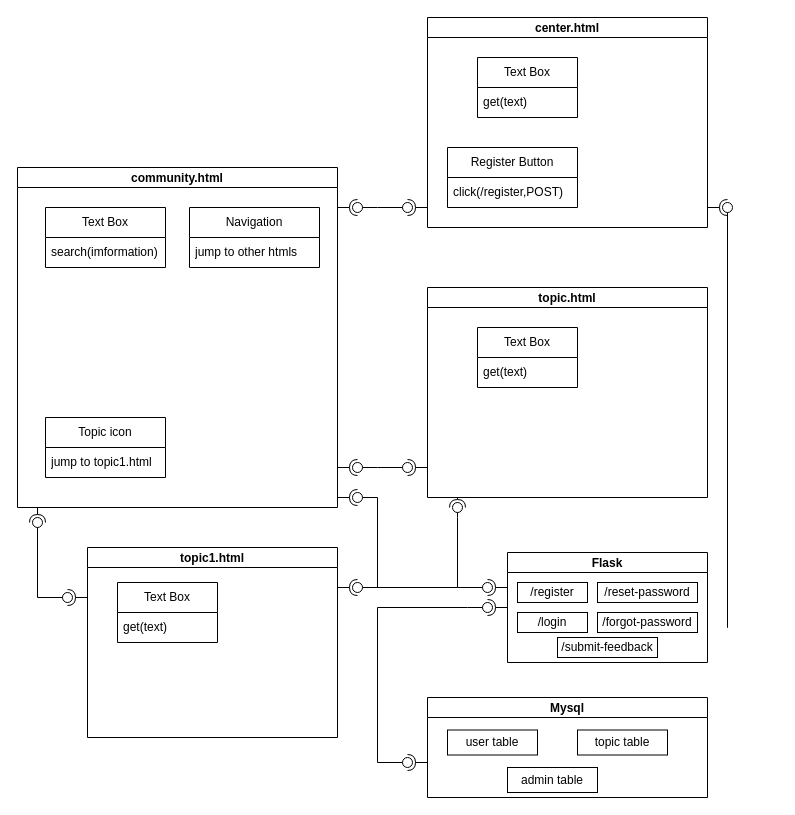
Above: LessonUML/社区会话GUI.drawio in WFTGF2024/UML (draw.io), before the change. Source tidied: cells renumbered, new cells numbered last; positions are measured from the earlier drawing's top-left corner, leaving out a move shared by most shapes. Both pictures are drawn from the tidied source at 100%, with x=0, y=0 at pixel (17, 17).
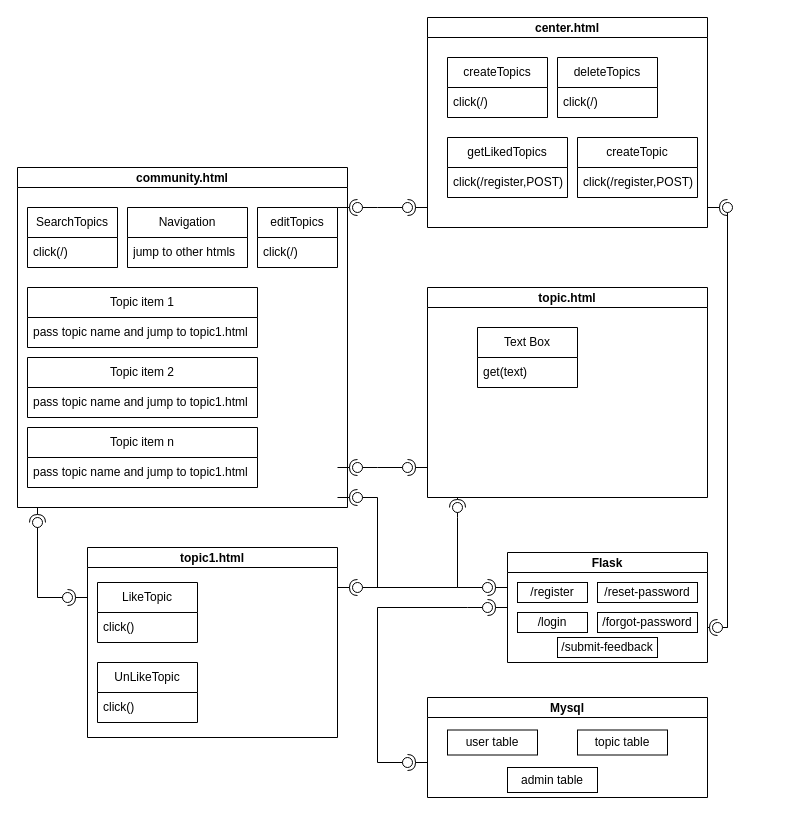
The same page after the edit.

Commit message (it also covers changes not shown here):
更新社区会话GUI.drawio

The change refers to these unchanged cells:
```xml
<mxCell id="9" value="topic1.html" style="swimlane;startSize=20;" parent="1" vertex="1">
  <mxGeometry x="70" y="530" width="250" height="190" as="geometry" />
</mxCell>
<mxCell id="50" value="center.html" style="swimlane;startSize=20;" parent="1" vertex="1">
  <mxGeometry x="410" width="280" height="210" as="geometry" />
</mxCell>
```

The edit, as a diff of the source:
```diff
@@
     <mxCell id="2" value="community.html" style="swimlane;startSize=20;" parent="1" vertex="1">
-      <mxGeometry y="150" width="320" height="340" as="geometry" />
+      <mxGeometry y="150" width="330" height="340" as="geometry" />
     </mxCell>
-    <mxCell id="3" value="Topic icon" style="swimlane;fontStyle=0;horizontal=1;startSize=30;whiteSpace=wrap;html=1;" parent="2" vertex="1">
-      <mxGeometry x="28" y="250" width="120" height="60" as="geometry" />
+    <mxCell id="3" value="Topic item 1" style="swimlane;fontStyle=0;horizontal=1;startSize=30;whiteSpace=wrap;html=1;" parent="2" vertex="1">
+      <mxGeometry x="10" y="120" width="230" height="60" as="geometry" />
     </mxCell>
-    <mxCell id="4" value="jump to topic1.html" style="text;strokeColor=none;fillColor=none;align=left;verticalAlign=middle;spacingLeft=4;spacingRight=4;overflow=hidden;whiteSpace=wrap;html=1;" parent="3" vertex="1">
-      <mxGeometry y="30" width="120" height="30" as="geometry" />
+    <mxCell id="4" value="pass topic name and jump to topic1.html&amp;nbsp;" style="text;strokeColor=none;fillColor=none;align=left;verticalAlign=middle;spacingLeft=4;spacingRight=4;overflow=hidden;whiteSpace=wrap;html=1;" parent="3" vertex="1">
+      <mxGeometry y="30" width="230" height="30" as="geometry" />
     </mxCell>
     <mxCell id="5" value="Navigation" style="swimlane;fontStyle=0;horizontal=1;startSize=30;whiteSpace=wrap;html=1;" parent="2" vertex="1">
-      <mxGeometry x="172" y="40" width="130" height="60" as="geometry" />
+      <mxGeometry x="110" y="40" width="120" height="60" as="geometry" />
     </mxCell>
     <mxCell id="6" value="jump to other htmls" style="text;strokeColor=none;fillColor=none;align=left;verticalAlign=middle;spacingLeft=4;spacingRight=4;overflow=hidden;whiteSpace=wrap;html=1;" parent="5" vertex="1">
-      <mxGeometry y="30" width="130" height="30" as="geometry" />
+      <mxGeometry y="30" width="120" height="30" as="geometry" />
     </mxCell>
-    <mxCell id="7" value="Text Box" style="swimlane;fontStyle=0;horizontal=1;startSize=30;whiteSpace=wrap;html=1;" parent="2" vertex="1">
-      <mxGeometry x="28" y="40" width="120" height="60" as="geometry" />
+    <mxCell id="7" value="SearchTopics" style="swimlane;fontStyle=0;horizontal=1;startSize=30;whiteSpace=wrap;html=1;" parent="2" vertex="1">
+      <mxGeometry x="10" y="40" width="90" height="60" as="geometry" />
     </mxCell>
-    <mxCell id="8" value="search(imformation)" style="text;strokeColor=none;fillColor=none;align=left;verticalAlign=middle;spacingLeft=4;spacingRight=4;overflow=hidden;whiteSpace=wrap;html=1;" parent="7" vertex="1">
-      <mxGeometry y="30" width="120" height="30" as="geometry" />
+    <mxCell id="8" value="click(/)" style="text;strokeColor=none;fillColor=none;align=left;verticalAlign=middle;spacingLeft=4;spacingRight=4;overflow=hidden;whiteSpace=wrap;html=1;" parent="7" vertex="1">
+      <mxGeometry y="30" width="90" height="30" as="geometry" />
     </mxCell>
+    <mxCell id="73" value="Topic item 2" style="swimlane;fontStyle=0;horizontal=1;startSize=30;whiteSpace=wrap;html=1;" parent="2" vertex="1">
+      <mxGeometry x="10" y="190" width="230" height="60" as="geometry" />
+    </mxCell>
+    <mxCell id="74" value="pass topic name and jump to topic1.html&amp;nbsp;" style="text;strokeColor=none;fillColor=none;align=left;verticalAlign=middle;spacingLeft=4;spacingRight=4;overflow=hidden;whiteSpace=wrap;html=1;" parent="73" vertex="1">
+      <mxGeometry y="30" width="230" height="30" as="geometry" />
+    </mxCell>
+    <mxCell id="75" value="Topic item n" style="swimlane;fontStyle=0;horizontal=1;startSize=30;whiteSpace=wrap;html=1;" parent="2" vertex="1">
+      <mxGeometry x="10" y="260" width="230" height="60" as="geometry" />
+    </mxCell>
+    <mxCell id="76" value="pass topic name and jump to topic1.html&amp;nbsp;" style="text;strokeColor=none;fillColor=none;align=left;verticalAlign=middle;spacingLeft=4;spacingRight=4;overflow=hidden;whiteSpace=wrap;html=1;" parent="75" vertex="1">
+      <mxGeometry y="30" width="230" height="30" as="geometry" />
+    </mxCell>
+    <mxCell id="77" value="editTopics" style="swimlane;fontStyle=0;horizontal=1;startSize=30;whiteSpace=wrap;html=1;" parent="2" vertex="1">
+      <mxGeometry x="240" y="40" width="80" height="60" as="geometry" />
+    </mxCell>
+    <mxCell id="78" value="click(/)" style="text;strokeColor=none;fillColor=none;align=left;verticalAlign=middle;spacingLeft=4;spacingRight=4;overflow=hidden;whiteSpace=wrap;html=1;" parent="77" vertex="1">
+      <mxGeometry y="30" width="80" height="30" as="geometry" />
+    </mxCell>
@@
-    <mxCell id="10" value="Text Box" style="swimlane;fontStyle=0;horizontal=1;startSize=30;whiteSpace=wrap;html=1;" parent="9" vertex="1">
-      <mxGeometry x="30" y="35" width="100" height="60" as="geometry" />
+    <mxCell id="10" value="LikeTopic" style="swimlane;fontStyle=0;horizontal=1;startSize=30;whiteSpace=wrap;html=1;" parent="9" vertex="1">
+      <mxGeometry x="10" y="35" width="100" height="60" as="geometry" />
     </mxCell>
-    <mxCell id="11" value="get(text)" style="text;strokeColor=none;fillColor=none;align=left;verticalAlign=middle;spacingLeft=4;spacingRight=4;overflow=hidden;whiteSpace=wrap;html=1;" parent="10" vertex="1">
+    <mxCell id="11" value="click()" style="text;strokeColor=none;fillColor=none;align=left;verticalAlign=middle;spacingLeft=4;spacingRight=4;overflow=hidden;whiteSpace=wrap;html=1;" parent="10" vertex="1">
       <mxGeometry y="30" width="100" height="30" as="geometry" />
     </mxCell>
+    <mxCell id="79" value="UnLikeTopic" style="swimlane;fontStyle=0;horizontal=1;startSize=30;whiteSpace=wrap;html=1;" parent="9" vertex="1">
+      <mxGeometry x="10" y="115" width="100" height="60" as="geometry" />
+    </mxCell>
+    <mxCell id="80" value="click()" style="text;strokeColor=none;fillColor=none;align=left;verticalAlign=middle;spacingLeft=4;spacingRight=4;overflow=hidden;whiteSpace=wrap;html=1;" parent="79" vertex="1">
+      <mxGeometry y="30" width="100" height="30" as="geometry" />
+    </mxCell>
@@
-    <mxCell id="51" value="Register Button" style="swimlane;fontStyle=0;horizontal=1;startSize=30;whiteSpace=wrap;html=1;" parent="50" vertex="1">
-      <mxGeometry x="20" y="130" width="130" height="60" as="geometry" />
+    <mxCell id="51" value="getLikedTopics" style="swimlane;fontStyle=0;horizontal=1;startSize=30;whiteSpace=wrap;html=1;" parent="50" vertex="1">
+      <mxGeometry x="20" y="120" width="120" height="60" as="geometry" />
     </mxCell>
     <mxCell id="52" value="click(/register,POST)" style="text;strokeColor=none;fillColor=none;align=left;verticalAlign=middle;spacingLeft=4;spacingRight=4;overflow=hidden;whiteSpace=wrap;html=1;" parent="51" vertex="1">
-      <mxGeometry y="30" width="130" height="30" as="geometry" />
+      <mxGeometry y="30" width="120" height="30" as="geometry" />
     </mxCell>
-    <mxCell id="53" value="Text Box" style="swimlane;fontStyle=0;horizontal=1;startSize=30;whiteSpace=wrap;html=1;" parent="50" vertex="1">
-      <mxGeometry x="50" y="40" width="100" height="60" as="geometry" />
+    <mxCell id="53" value="createTopics" style="swimlane;fontStyle=0;horizontal=1;startSize=30;whiteSpace=wrap;html=1;" parent="50" vertex="1">
+      <mxGeometry x="20" y="40" width="100" height="60" as="geometry" />
     </mxCell>
-    <mxCell id="54" value="get(text)" style="text;strokeColor=none;fillColor=none;align=left;verticalAlign=middle;spacingLeft=4;spacingRight=4;overflow=hidden;whiteSpace=wrap;html=1;" parent="53" vertex="1">
+    <mxCell id="54" value="click(/)" style="text;strokeColor=none;fillColor=none;align=left;verticalAlign=middle;spacingLeft=4;spacingRight=4;overflow=hidden;whiteSpace=wrap;html=1;" parent="53" vertex="1">
       <mxGeometry y="30" width="100" height="30" as="geometry" />
     </mxCell>
+    <mxCell id="81" value="createTopic" style="swimlane;fontStyle=0;horizontal=1;startSize=30;whiteSpace=wrap;html=1;" parent="50" vertex="1">
+      <mxGeometry x="150" y="120" width="120" height="60" as="geometry" />
+    </mxCell>
+    <mxCell id="82" value="click(/register,POST)" style="text;strokeColor=none;fillColor=none;align=left;verticalAlign=middle;spacingLeft=4;spacingRight=4;overflow=hidden;whiteSpace=wrap;html=1;" parent="81" vertex="1">
+      <mxGeometry y="30" width="120" height="30" as="geometry" />
+    </mxCell>
+    <mxCell id="83" value="deleteTopics" style="swimlane;fontStyle=0;horizontal=1;startSize=30;whiteSpace=wrap;html=1;" parent="50" vertex="1">
+      <mxGeometry x="130" y="40" width="100" height="60" as="geometry" />
+    </mxCell>
+    <mxCell id="84" value="click(/)" style="text;strokeColor=none;fillColor=none;align=left;verticalAlign=middle;spacingLeft=4;spacingRight=4;overflow=hidden;whiteSpace=wrap;html=1;" parent="83" vertex="1">
+      <mxGeometry y="30" width="100" height="30" as="geometry" />
+    </mxCell>
@@
+    <mxCell id="85" style="rounded=0;orthogonalLoop=1;jettySize=auto;html=1;endArrow=halfCircle;endFill=0;endSize=6;strokeWidth=1;sketch=0;" parent="1" edge="1">
+      <mxGeometry relative="1" as="geometry">
+        <mxPoint x="690" y="610" as="sourcePoint" />
+        <mxPoint x="700" y="610" as="targetPoint" />
+      </mxGeometry>
+    </mxCell>
+    <mxCell id="86" style="rounded=0;orthogonalLoop=1;jettySize=auto;html=1;endArrow=oval;endFill=0;sketch=0;sourcePerimeterSpacing=0;targetPerimeterSpacing=0;endSize=10;" parent="1" edge="1">
+      <mxGeometry relative="1" as="geometry">
+        <mxPoint x="710" y="610" as="sourcePoint" />
+        <mxPoint x="700" y="610" as="targetPoint" />
+      </mxGeometry>
+    </mxCell>
+    <mxCell id="87" style="ellipse;whiteSpace=wrap;html=1;align=center;fillColor=none;strokeColor=none;perimeter=centerPerimeter;" parent="1" vertex="1">
+      <mxGeometry x="750" y="585" width="10" height="10" as="geometry" />
+    </mxCell>
```
